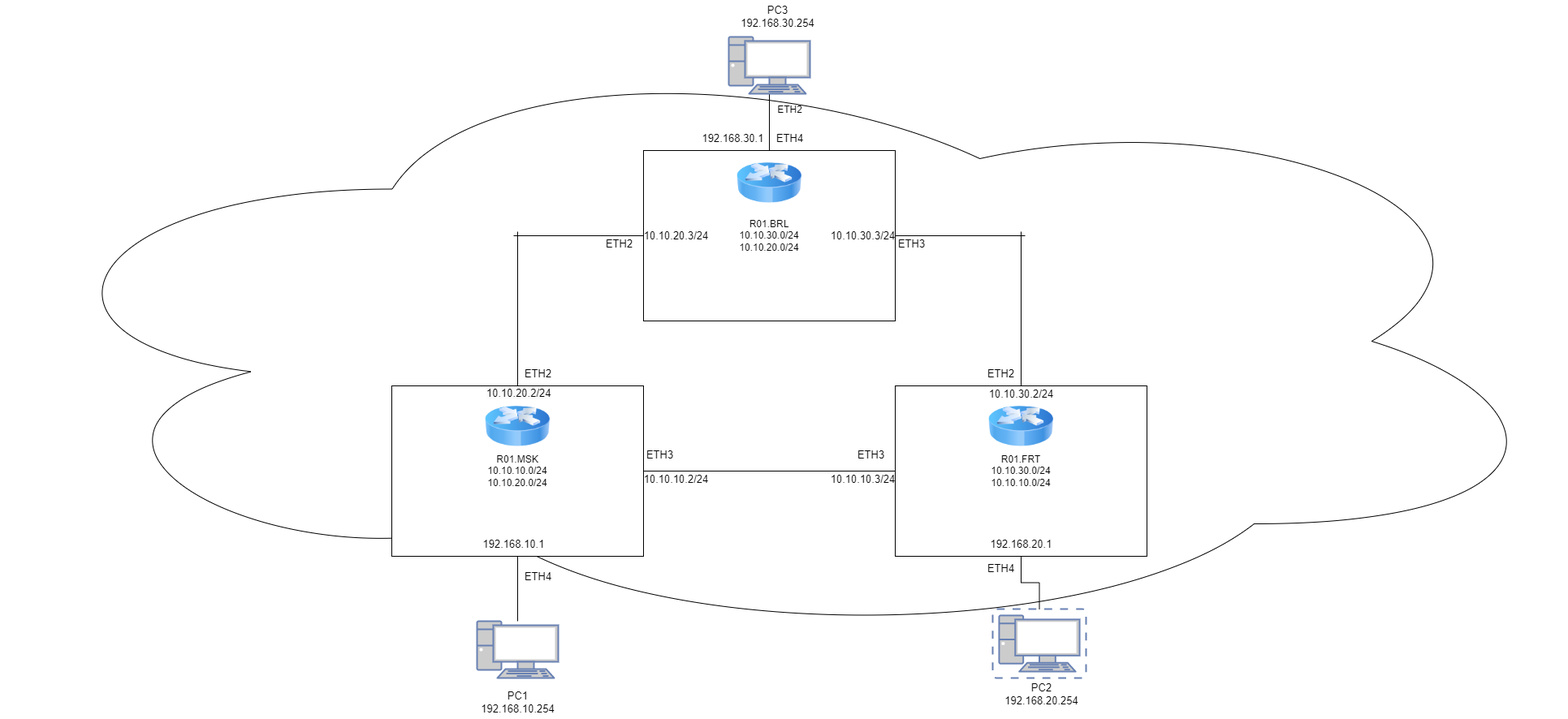
Before: lab2/lab_2_scheme.png, a diagram exported from draw.io (DimbikeY/2022_2023-introduction_in_routing-k33212_dolmatov_d_a). Source tidied: cells renumbered, new cells last; positions are measured from the earlier drawing's top-left corner, leaving out a move shared by most shapes.
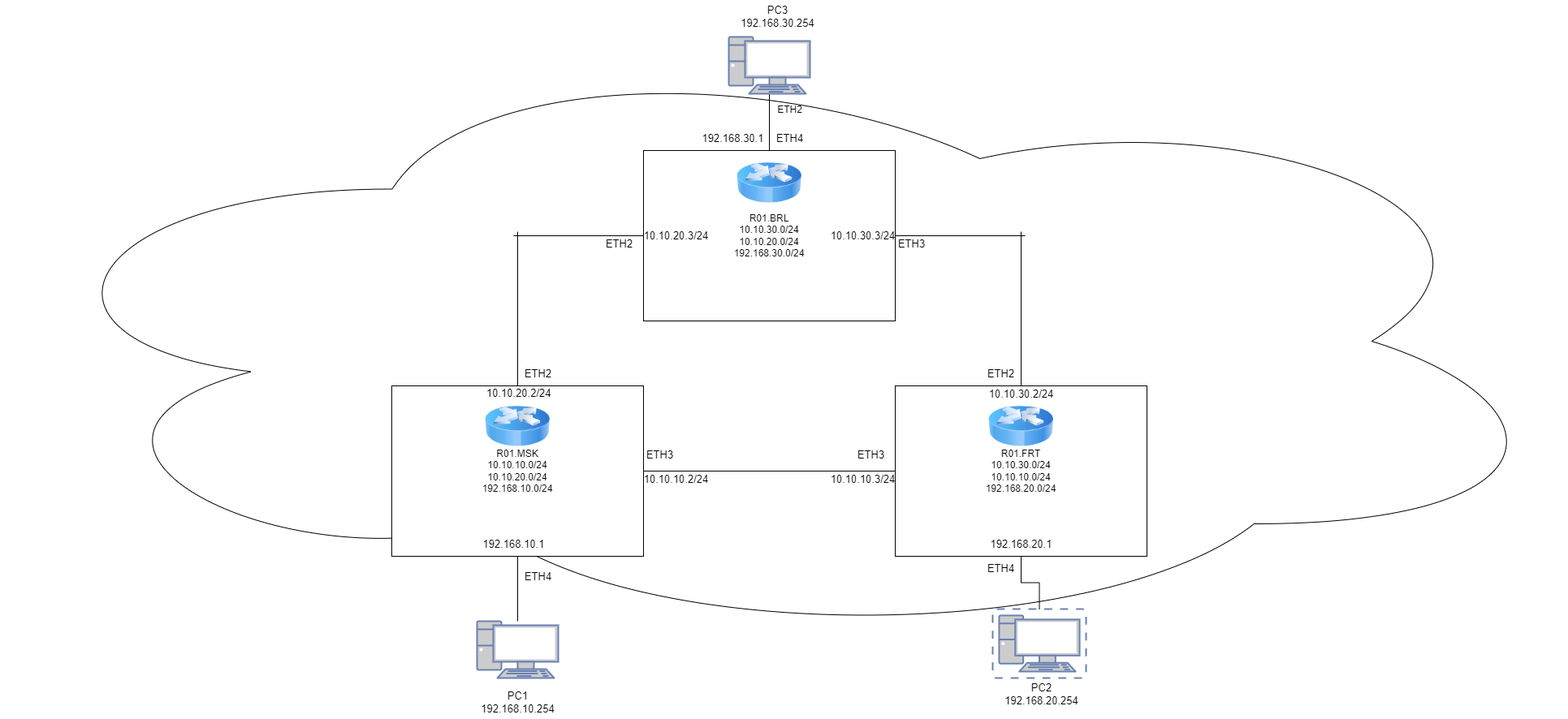
After the commit.

What changed in the source:
```diff
@@ -20,7 +20,7 @@
         <mxPoint x="1262" y="290" as="targetPoint" />
       </mxGeometry>
     </mxCell>
-    <mxCell id="6" value="R01.BRL&lt;br&gt;10.10.30.0/24&lt;br&gt;10.10.20.0/24" style="rounded=0;whiteSpace=wrap;html=1;" parent="1" vertex="1">
+    <mxCell id="6" value="R01.BRL&lt;br&gt;10.10.30.0/24&lt;br&gt;10.10.20.0/24&lt;br&gt;192.168.30.0/24" style="rounded=0;whiteSpace=wrap;html=1;" parent="1" vertex="1">
       <mxGeometry x="792" y="185" width="310" height="210" as="geometry" />
     </mxCell>
     <mxCell id="7" style="edgeStyle=orthogonalEdgeStyle;rounded=0;jettySize=auto;html=1;endArrow=none;endFill=0;" parent="1" edge="1" source="10">
@@ -34,7 +34,7 @@
     <mxCell id="9" style="edgeStyle=orthogonalEdgeStyle;rounded=0;jettySize=auto;html=1;fontSize=13;endArrow=none;endFill=0;" parent="1" edge="1" source="10" target="14">
       <mxGeometry relative="1" as="geometry" />
     </mxCell>
-    <mxCell id="10" value="R01.MSK&lt;br&gt;10.10.10.0/24&lt;br&gt;10.10.20.0/24" style="rounded=0;whiteSpace=wrap;html=1;" parent="1" vertex="1">
+    <mxCell id="10" value="R01.MSK&lt;br&gt;10.10.10.0/24&lt;br&gt;10.10.20.0/24&lt;br&gt;192.168.10.0/24" style="rounded=0;whiteSpace=wrap;html=1;" parent="1" vertex="1">
       <mxGeometry x="482" y="475" width="310" height="210" as="geometry" />
     </mxCell>
     <mxCell id="11" style="edgeStyle=orthogonalEdgeStyle;rounded=0;jettySize=auto;html=1;endArrow=none;endFill=0;" parent="1" edge="1" source="12">
@@ -42,7 +42,7 @@
         <mxPoint x="1257" y="285" as="targetPoint" />
       </mxGeometry>
     </mxCell>
-    <mxCell id="12" value="R01.FRT&lt;br&gt;10.10.30.0/24&lt;br&gt;10.10.10.0/24" style="rounded=0;whiteSpace=wrap;html=1;" parent="1" vertex="1">
+    <mxCell id="12" value="R01.FRT&lt;br&gt;10.10.30.0/24&lt;br&gt;10.10.10.0/24&lt;br&gt;192.168.20.0/24" style="rounded=0;whiteSpace=wrap;html=1;" parent="1" vertex="1">
       <mxGeometry x="1102" y="475" width="310" height="210" as="geometry" />
     </mxCell>
     <mxCell id="13" value="ETH2" style="text;html=1;align=center;verticalAlign=middle;strokeColor=none;fillColor=none;" parent="1" vertex="1">
```
